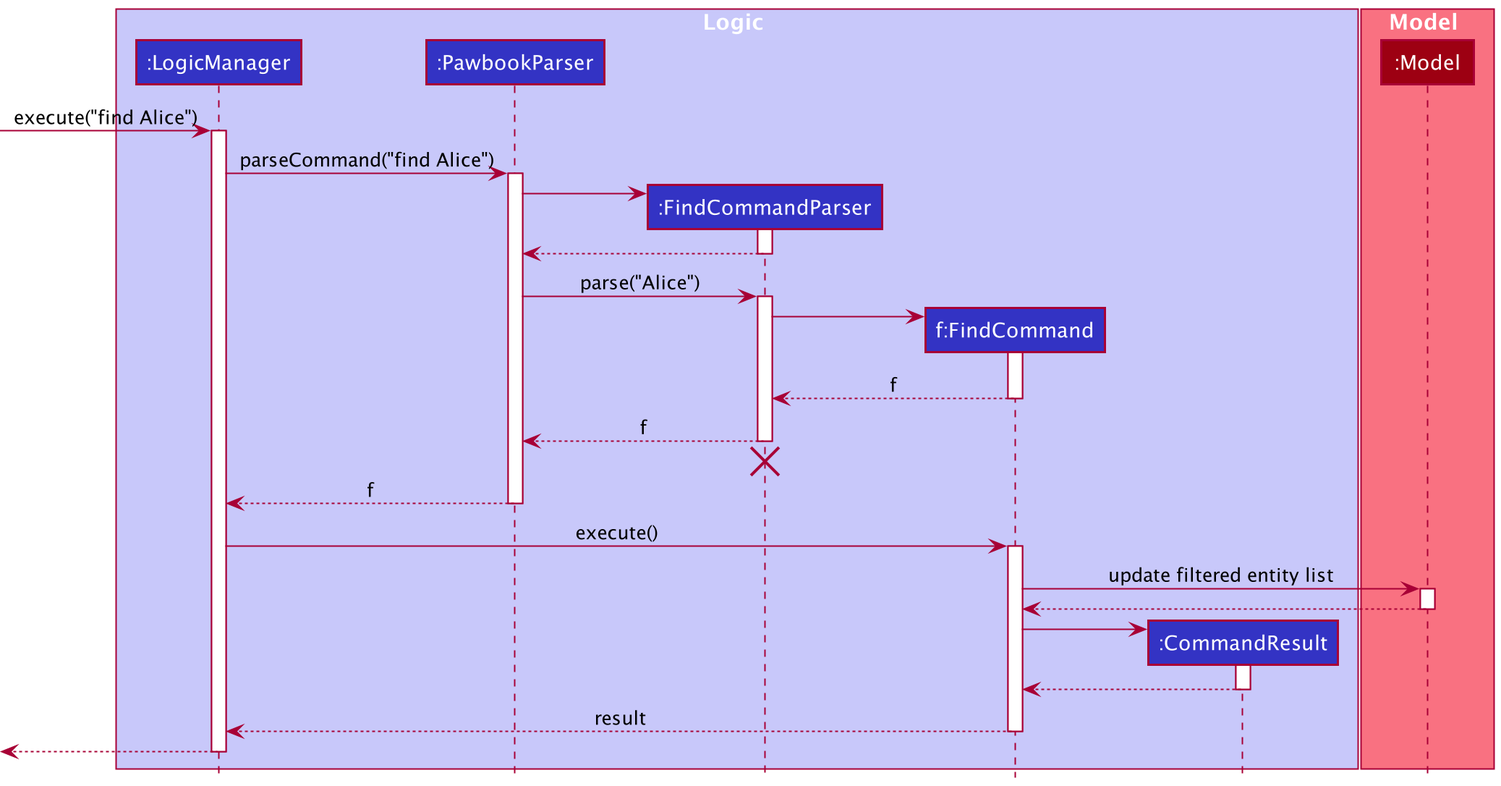
Earlier version of the PlantUML export docs/images/FindSequenceDiagram.png (nus-cs2103-AY2021S2/tp).
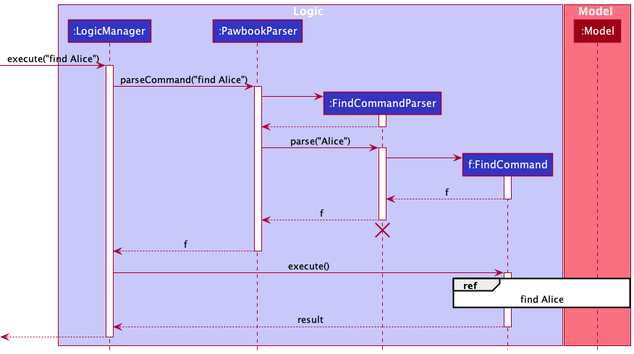
The same file after the commit.

Commit message:
Update view and find sequence diagrams

Diff of the diagram source:
```diff
@@ -6,8 +6,9 @@
 participant ":PawbookParser" as PawbookParser LOGIC_COLOR
 participant ":FindCommandParser" as FindCommandParser LOGIC_COLOR
 participant "f:FindCommand" as FindCommand LOGIC_COLOR
-participant ":CommandResult" as CommandResult LOGIC_COLOR
 end box
+
+
 
 box Model MODEL_COLOR_T1
 participant ":Model" as Model MODEL_COLOR
@@ -47,18 +48,7 @@
 LogicManager -> FindCommand : execute()
 activate FindCommand
 
-FindCommand -> Model : update filtered entity list
-activate Model
-
-Model --> FindCommand
-deactivate Model
-
-create CommandResult
-FindCommand -> CommandResult
-activate CommandResult
-
-CommandResult --> FindCommand
-deactivate CommandResult
+ref over FindCommand, Model : find Alice
 
 FindCommand --> LogicManager : result
 deactivate FindCommand
```
